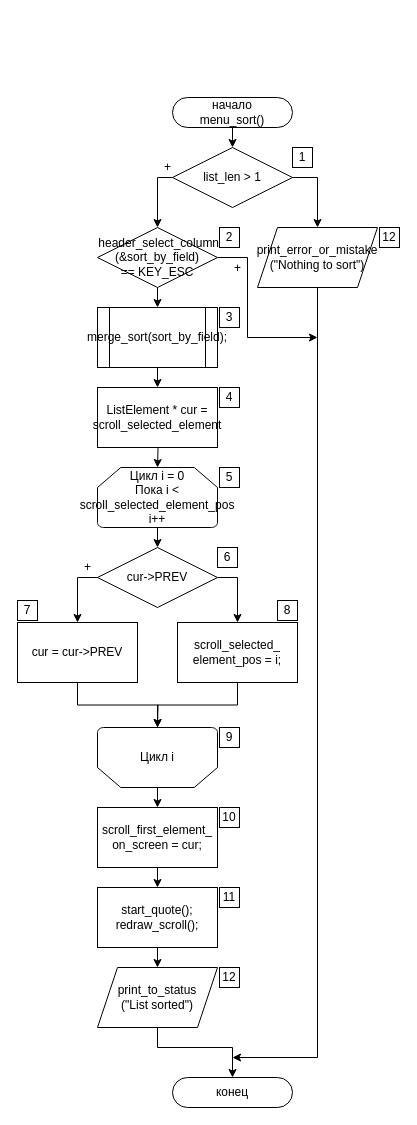
Killfrra/AnP keeps this draw.io diagram as ПЗ/Diagrams/menu_sort.drawio. Above is the earlier version. Source tidied: cells renumbered, new cells numbered last; positions are measured from the earlier drawing's top-left corner, leaving out a move shared by most shapes. Both pictures are drawn from the tidied source at 100%, with x=0, y=0 at pixel (17, 97).
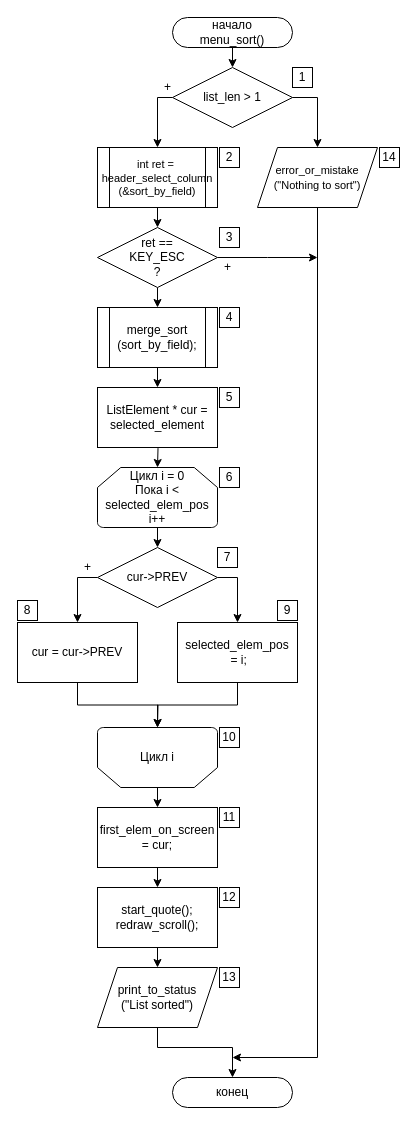
The same page after the edit.

The edit, as a diff of the source:
```diff
@@
     <mxCell id="2" value="начало&lt;br&gt;menu_sort()" style="rounded=1;whiteSpace=wrap;html=1;arcSize=50;" parent="1" vertex="1">
-      <mxGeometry x="155" width="120" height="30" as="geometry" />
+      <mxGeometry x="155" y="-80" width="120" height="30" as="geometry" />
     </mxCell>
@@
+    <mxCell id="51" style="edgeStyle=orthogonalEdgeStyle;rounded=0;jettySize=auto;html=1;exitX=0;exitY=0.5;exitDx=0;exitDy=0;entryX=0.5;entryY=0;entryDx=0;entryDy=0;" parent="1" edge="1" source="4" target="54">
+      <mxGeometry relative="1" as="geometry">
+        <Array as="points">
+          <mxPoint x="140" />
+        </Array>
+      </mxGeometry>
+    </mxCell>
     <mxCell id="4" value="list_len &gt; 1" style="rhombus;whiteSpace=wrap;html=1;rounded=0;" parent="1" vertex="1">
-      <mxGeometry x="155" y="50" width="120" height="60" as="geometry" />
+      <mxGeometry x="155" y="-30" width="120" height="60" as="geometry" />
     </mxCell>
@@
-    <mxCell id="6" value="Цикл i = 0&lt;br&gt;Пока i &amp;lt; scroll_selected_element_pos&lt;br&gt;i++" style="strokeWidth=1;html=1;shape=mxgraph.flowchart.loop_limit;whiteSpace=wrap;flipV=0;" parent="1" vertex="1">
+    <mxCell id="6" value="Цикл i = 0&lt;br&gt;Пока i &amp;lt; selected_elem_pos&lt;br&gt;i++" style="strokeWidth=1;html=1;shape=mxgraph.flowchart.loop_limit;whiteSpace=wrap;flipV=0;" parent="1" vertex="1">
       <mxGeometry x="80" y="370" width="120" height="60" as="geometry" />
     </mxCell>
@@
-    <mxCell id="13" value="&lt;font style=&quot;font-size: 12px&quot;&gt;scroll_selected_&lt;br&gt;element_pos = i;&lt;/font&gt;" style="rounded=0;whiteSpace=wrap;html=1;" parent="1" vertex="1">
+    <mxCell id="13" value="&lt;font style=&quot;font-size: 12px&quot;&gt;selected_elem_pos&lt;br&gt;&amp;nbsp;= i;&lt;/font&gt;" style="rounded=0;whiteSpace=wrap;html=1;" parent="1" vertex="1">
       <mxGeometry x="160" y="525" width="120" height="60" as="geometry" />
     </mxCell>
@@
-    <mxCell id="18" value="merge_sort(sort_by_field);" style="shape=process;whiteSpace=wrap;html=1;backgroundOutline=1;fontFamily=Helvetica;fontSize=12;fontColor=#000000;align=center;strokeColor=#000000;fillColor=#ffffff;" parent="1" vertex="1">
+    <mxCell id="18" value="merge_sort&lt;br&gt;(sort_by_field);" style="shape=process;whiteSpace=wrap;html=1;backgroundOutline=1;fontFamily=Helvetica;fontSize=12;fontColor=#000000;align=center;strokeColor=#000000;fillColor=#ffffff;" parent="1" vertex="1">
       <mxGeometry x="80" y="210" width="120" height="60" as="geometry" />
     </mxCell>
@@
-    <mxCell id="21" style="edgeStyle=orthogonalEdgeStyle;rounded=0;jettySize=auto;html=1;exitX=1;exitY=0.5;exitDx=0;exitDy=0;" parent="1" edge="1" source="22">
-      <mxGeometry relative="1" as="geometry">
-        <mxPoint x="300" y="240" as="targetPoint" />
-        <Array as="points">
-          <mxPoint x="230" y="160" />
-          <mxPoint x="230" y="240" />
-          <mxPoint x="300" y="240" />
-        </Array>
-      </mxGeometry>
-    </mxCell>
+    <mxCell id="52" style="edgeStyle=orthogonalEdgeStyle;rounded=0;jettySize=auto;html=1;exitX=1;exitY=0.5;exitDx=0;exitDy=0;" parent="1" edge="1" source="22">
+      <mxGeometry relative="1" as="geometry">
+        <mxPoint x="300" y="160" as="targetPoint" />
+      </mxGeometry>
+    </mxCell>
-    <mxCell id="22" value="&amp;nbsp;header_select_column&lt;br&gt;(&amp;amp;sort_by_field)&lt;br&gt;== KEY_ESC" style="rhombus;whiteSpace=wrap;html=1;rounded=0;" parent="1" vertex="1">
+    <mxCell id="22" value="ret == &lt;br&gt;KEY_ESC&lt;br&gt;?" style="rhombus;whiteSpace=wrap;html=1;rounded=0;" parent="1" vertex="1">
       <mxGeometry x="80" y="130" width="120" height="60" as="geometry" />
     </mxCell>
@@
-    <mxCell id="25" value="print_error_or_mistake&lt;br&gt;(&quot;Nothing to sort&quot;)" style="shape=parallelogram;perimeter=parallelogramPerimeter;whiteSpace=wrap;html=1;fixedSize=1;fontFamily=Helvetica;fontSize=12;fontColor=#000000;align=center;strokeColor=#000000;fillColor=#ffffff;" parent="1" vertex="1">
-      <mxGeometry x="240" y="130" width="120" height="60" as="geometry" />
+    <mxCell id="25" value="&lt;font style=&quot;font-size: 11px&quot;&gt;error_or_mistake&lt;br&gt;(&quot;Nothing to sort&quot;)&lt;/font&gt;" style="shape=parallelogram;perimeter=parallelogramPerimeter;whiteSpace=wrap;html=1;fixedSize=1;fontFamily=Helvetica;fontSize=12;fontColor=#000000;align=center;strokeColor=#000000;fillColor=#ffffff;" parent="1" vertex="1">
+      <mxGeometry x="240" y="50" width="120" height="60" as="geometry" />
     </mxCell>
-    <mxCell id="26" style="edgeStyle=orthogonalEdgeStyle;rounded=0;jettySize=auto;html=1;exitX=0;exitY=0.5;exitDx=0;exitDy=0;entryX=0.5;entryY=0;entryDx=0;entryDy=0;" parent="1" edge="1" source="4" target="22">
-      <mxGeometry relative="1" as="geometry">
-        <Array as="points">
-          <mxPoint x="140" y="80" />
-        </Array>
-      </mxGeometry>
-    </mxCell>
@@
-    <mxCell id="32" value="ListElement * cur = scroll_selected_element" style="rounded=0;whiteSpace=wrap;html=1;" parent="1" vertex="1">
+    <mxCell id="32" value="ListElement * cur = selected_element" style="rounded=0;whiteSpace=wrap;html=1;" parent="1" vertex="1">
       <mxGeometry x="80" y="290" width="120" height="60" as="geometry" />
     </mxCell>
     <mxCell id="33" value="1" style="whiteSpace=wrap;html=1;" parent="1" vertex="1">
-      <mxGeometry x="275" y="50" width="20" height="20" as="geometry" />
+      <mxGeometry x="275" y="-30" width="20" height="20" as="geometry" />
     </mxCell>
-    <mxCell id="34" value="12" style="whiteSpace=wrap;html=1;" parent="1" vertex="1">
-      <mxGeometry x="362" y="130" width="20" height="20" as="geometry" />
+    <mxCell id="34" value="14" style="whiteSpace=wrap;html=1;" parent="1" vertex="1">
+      <mxGeometry x="362" y="50" width="20" height="20" as="geometry" />
     </mxCell>
-    <mxCell id="35" value="2" style="whiteSpace=wrap;html=1;" parent="1" vertex="1">
+    <mxCell id="35" value="3" style="whiteSpace=wrap;html=1;" parent="1" vertex="1">
       <mxGeometry x="202" y="130" width="20" height="20" as="geometry" />
     </mxCell>
-    <mxCell id="36" value="3" style="whiteSpace=wrap;html=1;" parent="1" vertex="1">
+    <mxCell id="36" value="4" style="whiteSpace=wrap;html=1;" parent="1" vertex="1">
       <mxGeometry x="202" y="210" width="20" height="20" as="geometry" />
     </mxCell>
-    <mxCell id="37" value="4" style="whiteSpace=wrap;html=1;" parent="1" vertex="1">
+    <mxCell id="37" value="5" style="whiteSpace=wrap;html=1;" parent="1" vertex="1">
       <mxGeometry x="202" y="290" width="20" height="20" as="geometry" />
     </mxCell>
-    <mxCell id="38" value="5" style="whiteSpace=wrap;html=1;" parent="1" vertex="1">
+    <mxCell id="38" value="6" style="whiteSpace=wrap;html=1;" parent="1" vertex="1">
       <mxGeometry x="202" y="370" width="20" height="20" as="geometry" />
     </mxCell>
-    <mxCell id="39" value="6" style="whiteSpace=wrap;html=1;" parent="1" vertex="1">
+    <mxCell id="39" value="7" style="whiteSpace=wrap;html=1;" parent="1" vertex="1">
       <mxGeometry x="200" y="450" width="20" height="20" as="geometry" />
     </mxCell>
-    <mxCell id="40" value="7" style="whiteSpace=wrap;html=1;" parent="1" vertex="1">
+    <mxCell id="40" value="8" style="whiteSpace=wrap;html=1;" parent="1" vertex="1">
       <mxGeometry y="503" width="20" height="20" as="geometry" />
     </mxCell>
-    <mxCell id="41" value="8" style="whiteSpace=wrap;html=1;" parent="1" vertex="1">
+    <mxCell id="41" value="9" style="whiteSpace=wrap;html=1;" parent="1" vertex="1">
       <mxGeometry x="260" y="503" width="20" height="20" as="geometry" />
     </mxCell>
-    <mxCell id="42" value="9" style="whiteSpace=wrap;html=1;" parent="1" vertex="1">
+    <mxCell id="42" value="10" style="whiteSpace=wrap;html=1;" parent="1" vertex="1">
       <mxGeometry x="202" y="630" width="20" height="20" as="geometry" />
     </mxCell>
-    <mxCell id="43" value="11" style="whiteSpace=wrap;html=1;" parent="1" vertex="1">
+    <mxCell id="43" value="12" style="whiteSpace=wrap;html=1;" parent="1" vertex="1">
       <mxGeometry x="202" y="790" width="20" height="20" as="geometry" />
     </mxCell>
-    <mxCell id="44" value="12&lt;br&gt;" style="whiteSpace=wrap;html=1;" parent="1" vertex="1">
+    <mxCell id="44" value="13" style="whiteSpace=wrap;html=1;" parent="1" vertex="1">
       <mxGeometry x="202" y="870" width="20" height="20" as="geometry" />
     </mxCell>
     <mxCell id="45" value="+" style="text;html=1;align=center;verticalAlign=middle;" parent="1" vertex="1">
-      <mxGeometry x="140" y="60" width="20" height="20" as="geometry" />
+      <mxGeometry x="140" y="-20" width="20" height="20" as="geometry" />
     </mxCell>
     <mxCell id="46" value="+" style="text;html=1;align=center;verticalAlign=middle;" parent="1" vertex="1">
-      <mxGeometry x="210" y="161" width="20" height="20" as="geometry" />
+      <mxGeometry x="200" y="160" width="20" height="20" as="geometry" />
     </mxCell>
@@
-    <mxCell id="49" value="scroll_first_element_&lt;br&gt;on_screen = cur;" style="rounded=0;whiteSpace=wrap;html=1;" parent="1" vertex="1">
+    <mxCell id="49" value="first_elem_on_screen = cur;" style="rounded=0;whiteSpace=wrap;html=1;" parent="1" vertex="1">
       <mxGeometry x="80" y="710" width="120" height="60" as="geometry" />
     </mxCell>
-    <mxCell id="50" value="10" style="whiteSpace=wrap;html=1;" parent="1" vertex="1">
+    <mxCell id="50" value="11" style="whiteSpace=wrap;html=1;" parent="1" vertex="1">
       <mxGeometry x="202" y="710" width="20" height="20" as="geometry" />
     </mxCell>
+    <mxCell id="53" style="edgeStyle=orthogonalEdgeStyle;rounded=0;jettySize=auto;html=1;exitX=0.5;exitY=1;exitDx=0;exitDy=0;entryX=0.5;entryY=0;entryDx=0;entryDy=0;" parent="1" edge="1" source="54" target="22">
+      <mxGeometry relative="1" as="geometry" />
+    </mxCell>
+    <mxCell id="54" value="&lt;font style=&quot;font-size: 11px&quot;&gt;int ret =&amp;nbsp;&lt;br&gt;&lt;span&gt;header_select_column&lt;/span&gt;&lt;/font&gt;&lt;div style=&quot;font-size: 11px&quot;&gt;&lt;font style=&quot;font-size: 11px&quot;&gt;(&amp;amp;sort_by_field)&lt;/font&gt;&lt;/div&gt;" style="shape=process;whiteSpace=wrap;html=1;backgroundOutline=1;" parent="1" vertex="1">
+      <mxGeometry x="80" y="50" width="120" height="60" as="geometry" />
+    </mxCell>
+    <mxCell id="55" value="2" style="whiteSpace=wrap;html=1;" parent="1" vertex="1">
+      <mxGeometry x="202" y="50" width="20" height="20" as="geometry" />
+    </mxCell>
```
